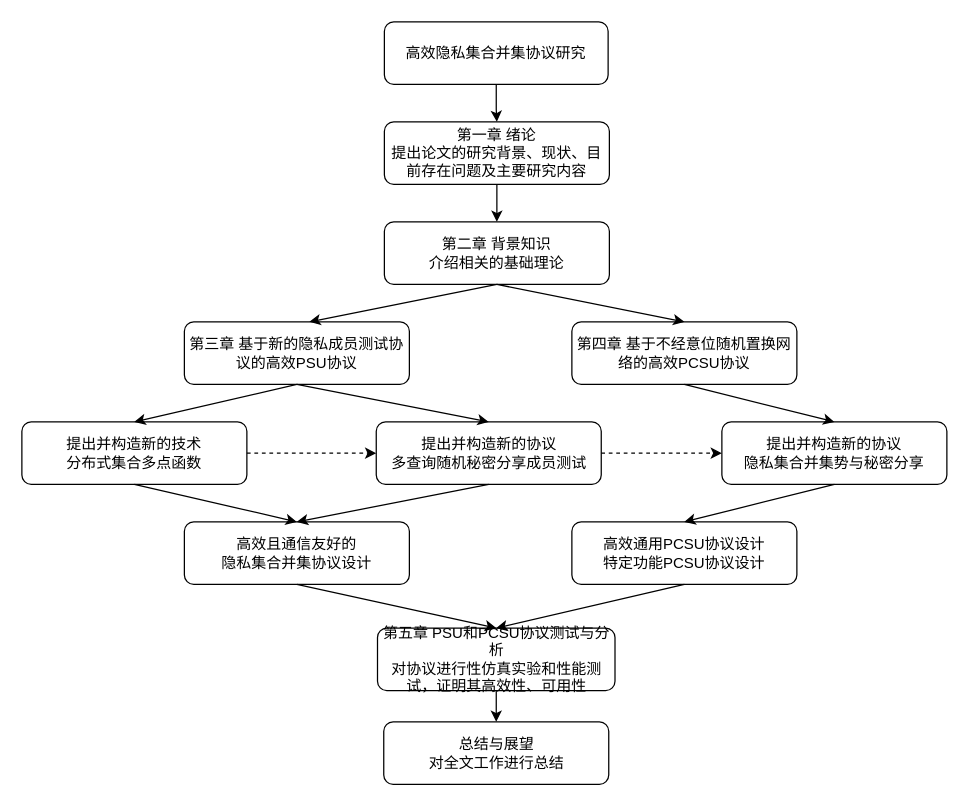
This is 文章架构.drawio from BlackMouse27/Draw_io, a draw.io file, before an edit. Source tidied: cells renumbered, new cells numbered last; positions are measured from the earlier drawing's top-left corner, leaving out a move shared by most shapes. Both pictures are drawn from the tidied source at 125%, with x=0, y=0 at pixel (21, 21).
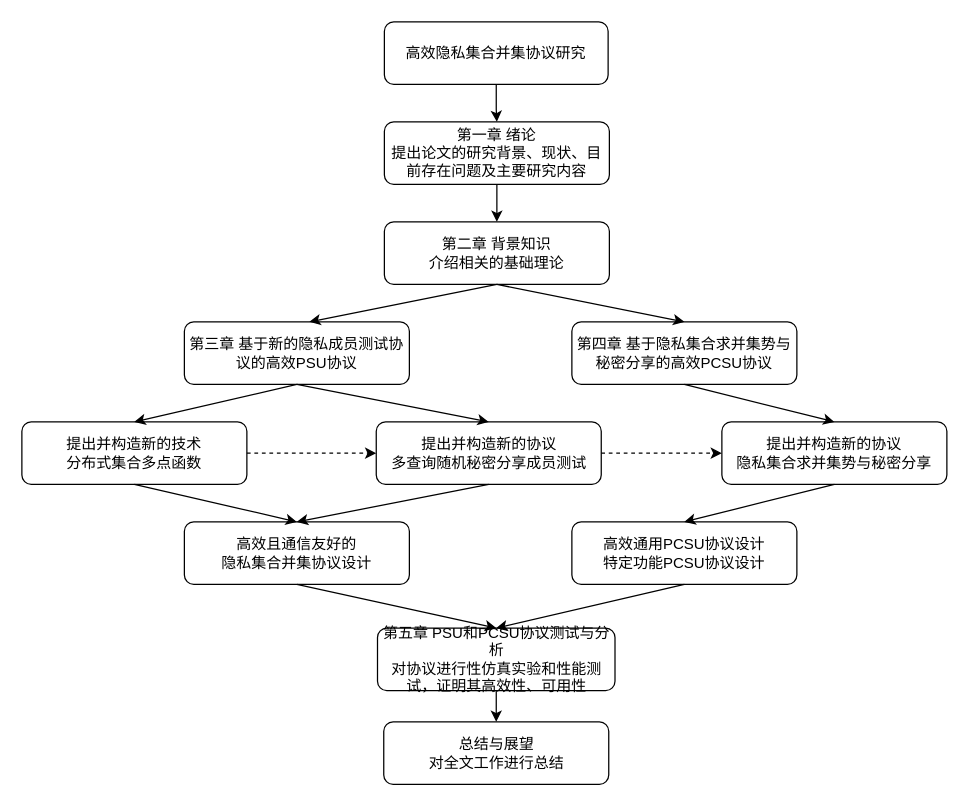
The same page after the edit.

Commit message:
更新文章架构.drawio

The edit, as a diff of the source:
```diff
@@
-    <mxCell id="8" value="&lt;div style=&quot;&quot;&gt;&lt;span style=&quot;font-family: 华文宋体;&quot;&gt;第四章 基于不经意位随机置换网络的高效PCSU协议&lt;/span&gt;&lt;/div&gt;&lt;span style=&quot;font-family: -webkit-standard; font-size: medium; text-align: start;&quot;&gt;&lt;/span&gt;" style="rounded=1;whiteSpace=wrap;html=1;" parent="1" vertex="1">
+    <mxCell id="8" value="&lt;div style=&quot;&quot;&gt;&lt;span style=&quot;font-family: 华文宋体;&quot;&gt;第四章 基于隐私集合求并集势与秘密分享的高效PCSU协议&lt;/span&gt;&lt;/div&gt;&lt;span style=&quot;font-family: -webkit-standard; font-size: medium; text-align: start;&quot;&gt;&lt;/span&gt;" style="rounded=1;whiteSpace=wrap;html=1;" parent="1" vertex="1">
       <mxGeometry x="440" y="240" width="180" height="50" as="geometry" />
     </mxCell>
-    <mxCell id="9" value="&lt;div&gt;&lt;font face=&quot;华文宋体&quot;&gt;提出并构造新的协议&lt;/font&gt;&lt;/div&gt;&lt;div&gt;&lt;font face=&quot;华文宋体&quot;&gt;隐私集合并集势与秘密分享&lt;/font&gt;&lt;/div&gt;" style="rounded=1;whiteSpace=wrap;html=1;" parent="1" vertex="1">
+    <mxCell id="9" value="&lt;div&gt;&lt;font face=&quot;华文宋体&quot;&gt;提出并构造新的协议&lt;/font&gt;&lt;/div&gt;&lt;div&gt;&lt;font face=&quot;华文宋体&quot;&gt;隐私集合求并集势与秘密分享&lt;/font&gt;&lt;/div&gt;" style="rounded=1;whiteSpace=wrap;html=1;" parent="1" vertex="1">
       <mxGeometry x="560" y="320" width="180" height="50" as="geometry" />
     </mxCell>
```
